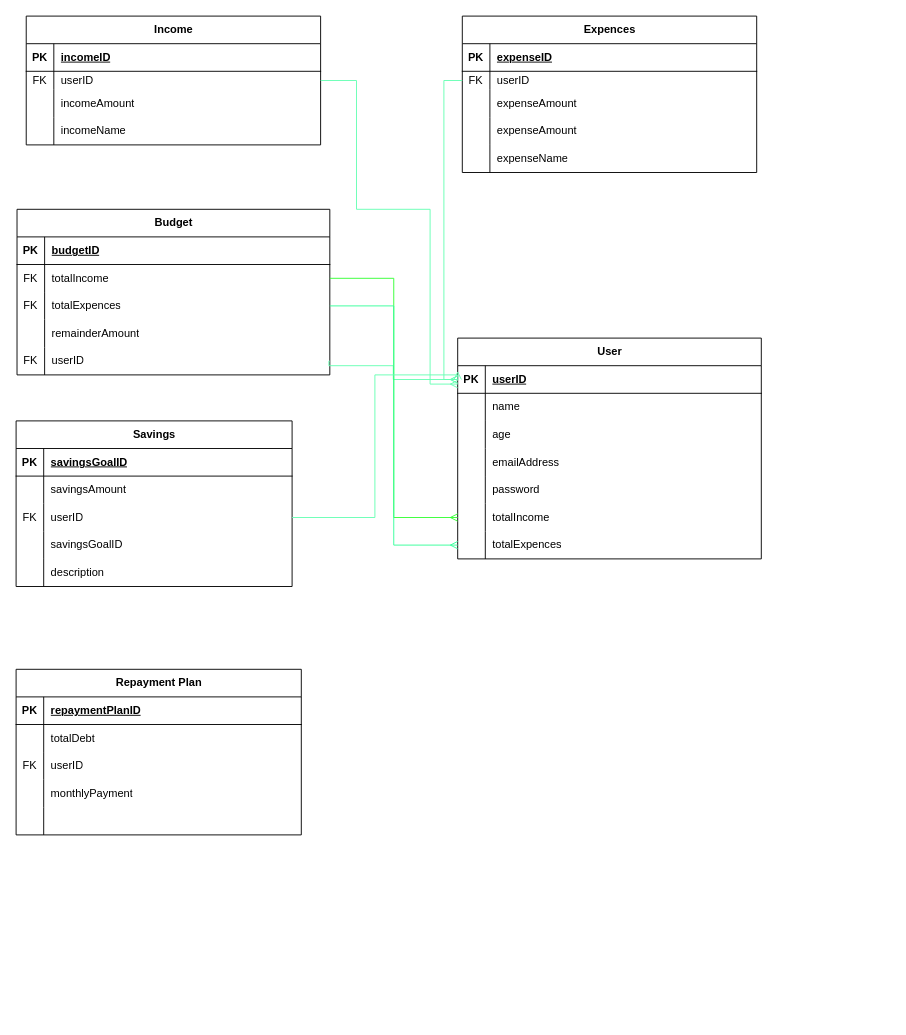
Above: docs/Course Project/phase 2/ER Diagram.drawio in MasterShakespearian/Fall24CourseProject (draw.io), before the change. Source tidied: cells renumbered, new cells numbered last; positions are measured from the earlier drawing's top-left corner, leaving out a move shared by most shapes. Both pictures are drawn from the tidied source at 92%, with x=0, y=0 at pixel (16, 16).
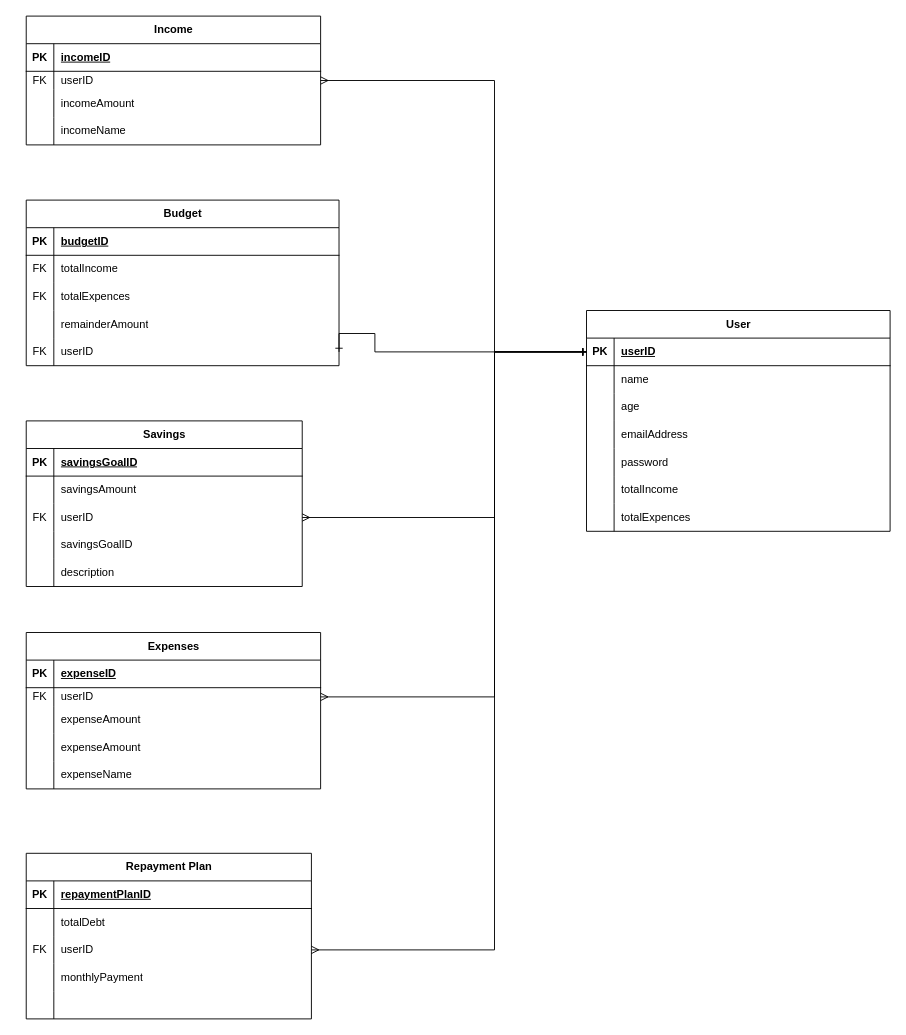
The same diagram, later.

Unchanged cells that the change refers to:
```xml
<mxCell id="6" style="shape=tableRow;horizontal=0;startSize=0;swimlaneHead=0;swimlaneBody=0;fillColor=none;points=[[0,0.5],[1,0.5]];portConstraint=eastwest;top=0;left=0;right=0;bottom=0;" parent="2" vertex="1">
  <mxGeometry y="60" width="320" height="20" as="geometry" />
</mxCell>
<mxCell id="22" style="shape=tableRow;horizontal=0;startSize=0;swimlaneHead=0;swimlaneBody=0;fillColor=none;points=[[0,0.5],[1,0.5]];portConstraint=eastwest;top=0;left=0;right=0;bottom=0;" parent="18" vertex="1">
  <mxGeometry y="60" width="340" height="30" as="geometry" />
</mxCell>
<mxCell id="25" style="shape=tableRow;horizontal=0;startSize=0;swimlaneHead=0;swimlaneBody=0;fillColor=none;points=[[0,0.5],[1,0.5]];portConstraint=eastwest;top=0;left=0;right=0;bottom=0;" parent="18" vertex="1">
  <mxGeometry y="90" width="340" height="30" as="geometry" />
</mxCell>
<mxCell id="31" style="shape=tableRow;horizontal=0;startSize=0;swimlaneHead=0;swimlaneBody=0;fillColor=none;points=[[0,0.5],[1,0.5]];portConstraint=eastwest;top=0;left=0;right=0;bottom=0;" parent="18" vertex="1">
  <mxGeometry y="150" width="340" height="30" as="geometry" />
</mxCell>
<mxCell id="41" style="shape=tableRow;horizontal=0;startSize=0;swimlaneHead=0;swimlaneBody=0;fillColor=none;points=[[0,0.5],[1,0.5]];portConstraint=eastwest;top=0;left=0;right=0;bottom=0;" parent="34" vertex="1">
  <mxGeometry y="90" width="300" height="30" as="geometry" />
</mxCell>
<mxCell id="54" style="shape=tableRow;horizontal=0;startSize=0;swimlaneHead=0;swimlaneBody=0;fillColor=none;points=[[0,0.5],[1,0.5]];portConstraint=eastwest;top=0;left=0;right=0;bottom=0;" parent="50" vertex="1">
  <mxGeometry y="60" width="320" height="20" as="geometry" />
</mxCell>
<mxCell id="70" style="shape=tableRow;horizontal=0;startSize=0;swimlaneHead=0;swimlaneBody=0;fillColor=none;points=[[0,0.5],[1,0.5]];portConstraint=eastwest;top=0;left=0;right=0;bottom=0;" parent="63" vertex="1">
  <mxGeometry y="90" width="310" height="30" as="geometry" />
</mxCell>
<mxCell id="80" style="shape=tableRow;horizontal=0;startSize=0;swimlaneHead=0;swimlaneBody=0;fillColor=none;points=[[0,0.5],[1,0.5]];portConstraint=eastwest;top=0;left=0;right=0;bottom=1;" parent="79" vertex="1">
  <mxGeometry y="30" width="330" height="30" as="geometry" />
</mxCell>
<mxCell id="95" style="shape=tableRow;horizontal=0;startSize=0;swimlaneHead=0;swimlaneBody=0;fillColor=none;points=[[0,0.5],[1,0.5]];portConstraint=eastwest;top=0;left=0;right=0;bottom=0;" parent="79" vertex="1">
  <mxGeometry y="180" width="330" height="30" as="geometry" />
</mxCell>
<mxCell id="98" style="shape=tableRow;horizontal=0;startSize=0;swimlaneHead=0;swimlaneBody=0;fillColor=none;points=[[0,0.5],[1,0.5]];portConstraint=eastwest;top=0;left=0;right=0;bottom=0;" parent="79" vertex="1">
  <mxGeometry y="210" width="330" height="30" as="geometry" />
</mxCell>
```

What changed in the source:
```diff
@@
-    <mxCell id="2" value="Expences" style="shape=table;startSize=30;childLayout=tableLayout;rowLines=0;fontStyle=1;align=center;html=1;" parent="1" vertex="1">
-      <mxGeometry x="485" width="320" height="170" as="geometry" />
+    <mxCell id="2" value="Expenses" style="shape=table;startSize=30;childLayout=tableLayout;rowLines=0;fontStyle=1;align=center;html=1;" parent="1" vertex="1">
+      <mxGeometry x="11" y="670" width="320" height="170" as="geometry" />
     </mxCell>
@@
     <mxCell id="18" value="Budget" style="shape=table;startSize=30;childLayout=tableLayout;rowLines=0;fontStyle=1;align=center;html=1;" parent="1" vertex="1">
-      <mxGeometry x="1" y="210" width="340" height="180" as="geometry" />
+      <mxGeometry x="11" y="200" width="340" height="180" as="geometry" />
     </mxCell>
@@
     <mxCell id="34" value="Savings" style="shape=table;startSize=30;childLayout=tableLayout;rowLines=0;fontStyle=1;align=center;html=1;" parent="1" vertex="1">
-      <mxGeometry y="440" width="300" height="180" as="geometry" />
+      <mxGeometry x="11" y="440" width="300" height="180" as="geometry" />
     </mxCell>
@@
     <mxCell id="63" value="Repayment Plan" style="shape=table;startSize=30;childLayout=tableLayout;rowLines=0;fontStyle=1;align=center;html=1;" parent="1" vertex="1">
-      <mxGeometry y="710" width="310" height="180" as="geometry" />
+      <mxGeometry x="11" y="910" width="310" height="180" as="geometry" />
     </mxCell>
@@
     <mxCell id="79" value="User" style="shape=table;startSize=30;childLayout=tableLayout;rowLines=0;fontStyle=1;align=center;html=1;" parent="1" vertex="1">
-      <mxGeometry x="480" y="350" width="330" height="240" as="geometry" />
+      <mxGeometry x="620" y="320" width="330" height="240" as="geometry" />
     </mxCell>
@@
-    <mxCell id="101" style="edgeStyle=orthogonalEdgeStyle;rounded=0;jettySize=auto;html=1;exitX=1;exitY=0.5;exitDx=0;exitDy=0;entryX=0;entryY=0.5;entryDx=0;entryDy=0;strokeColor=#66FFB3;endArrow=ERmany;endFill=0;" parent="1" edge="1" source="31" target="80">
-      <mxGeometry relative="1" as="geometry">
-        <Array as="points">
-          <mxPoint x="340" y="380" />
-          <mxPoint x="410" y="380" />
-          <mxPoint x="410" y="395" />
-        </Array>
-      </mxGeometry>
-    </mxCell>
-    <mxCell id="102" style="edgeStyle=orthogonalEdgeStyle;rounded=0;jettySize=auto;html=1;exitX=1;exitY=0.5;exitDx=0;exitDy=0;strokeColor=#66FFB3;endArrow=ERmany;endFill=0;" parent="1" edge="1" source="54">
-      <mxGeometry relative="1" as="geometry">
-        <mxPoint x="480" y="400" as="targetPoint" />
-        <Array as="points">
-          <mxPoint x="370" y="70" />
-          <mxPoint x="370" y="210" />
-          <mxPoint x="450" y="210" />
-          <mxPoint x="450" y="400" />
-        </Array>
-      </mxGeometry>
-    </mxCell>
-    <mxCell id="103" style="edgeStyle=orthogonalEdgeStyle;rounded=0;jettySize=auto;html=1;exitX=0;exitY=0.5;exitDx=0;exitDy=0;entryX=0;entryY=0.5;entryDx=0;entryDy=0;strokeColor=#66FFB3;endArrow=ERmany;endFill=0;" parent="1" edge="1" source="6" target="80">
-      <mxGeometry relative="1" as="geometry" />
-    </mxCell>
-    <mxCell id="104" style="edgeStyle=orthogonalEdgeStyle;rounded=0;jettySize=auto;html=1;exitX=1;exitY=0.5;exitDx=0;exitDy=0;strokeColor=#33FF33;endArrow=ERmany;endFill=0;" parent="1" edge="1" source="22" target="95">
-      <mxGeometry relative="1" as="geometry" />
-    </mxCell>
-    <mxCell id="105" style="edgeStyle=orthogonalEdgeStyle;rounded=0;jettySize=auto;html=1;exitX=1;exitY=0.5;exitDx=0;exitDy=0;entryX=0;entryY=0.5;entryDx=0;entryDy=0;strokeColor=#33FF99;endArrow=ERmany;endFill=0;" parent="1" edge="1" source="25" target="98">
-      <mxGeometry relative="1" as="geometry" />
-    </mxCell>
-    <mxCell id="106" style="edgeStyle=orthogonalEdgeStyle;rounded=0;jettySize=auto;html=1;exitX=1;exitY=0.5;exitDx=0;exitDy=0;entryX=0;entryY=0.5;entryDx=0;entryDy=0;strokeColor=#66FFB3;endArrow=ERmany;endFill=0;" parent="1" edge="1" source="41" target="80">
-      <mxGeometry relative="1" as="geometry">
-        <Array as="points">
-          <mxPoint x="390" y="545" />
-          <mxPoint x="390" y="390" />
-          <mxPoint x="480" y="390" />
-        </Array>
-      </mxGeometry>
-    </mxCell>
+    <mxCell id="107" style="edgeStyle=orthogonalEdgeStyle;rounded=0;jettySize=auto;html=1;exitX=0;exitY=0.5;exitDx=0;exitDy=0;entryX=1;entryY=0.5;entryDx=0;entryDy=0;endArrow=ERmany;endFill=0;startArrow=ERone;startFill=0;" parent="1" edge="1" source="80" target="54">
+      <mxGeometry relative="1" as="geometry">
+        <Array as="points">
+          <mxPoint x="520" y="365" />
+          <mxPoint x="520" y="70" />
+        </Array>
+      </mxGeometry>
+    </mxCell>
+    <mxCell id="108" style="edgeStyle=orthogonalEdgeStyle;rounded=0;jettySize=auto;html=1;exitX=0;exitY=0.5;exitDx=0;exitDy=0;endArrow=ERone;endFill=0;startArrow=ERone;startFill=0;entryX=1;entryY=0.5;entryDx=0;entryDy=0;" parent="1" edge="1" source="80" target="31">
+      <mxGeometry relative="1" as="geometry">
+        <Array as="points">
+          <mxPoint x="390" y="365" />
+          <mxPoint x="390" y="345" />
+        </Array>
+      </mxGeometry>
+    </mxCell>
+    <mxCell id="109" style="edgeStyle=orthogonalEdgeStyle;rounded=0;jettySize=auto;html=1;exitX=0;exitY=0.5;exitDx=0;exitDy=0;entryX=1;entryY=0.5;entryDx=0;entryDy=0;endArrow=ERmany;endFill=0;startArrow=ERone;startFill=0;" parent="1" edge="1" source="80" target="41">
+      <mxGeometry relative="1" as="geometry">
+        <Array as="points">
+          <mxPoint x="520" y="365" />
+          <mxPoint x="520" y="545" />
+        </Array>
+      </mxGeometry>
+    </mxCell>
+    <mxCell id="110" style="edgeStyle=orthogonalEdgeStyle;rounded=0;jettySize=auto;html=1;exitX=0;exitY=0.5;exitDx=0;exitDy=0;entryX=1;entryY=0.5;entryDx=0;entryDy=0;endArrow=ERmany;endFill=0;startArrow=ERone;startFill=0;" parent="1" edge="1" source="80" target="6">
+      <mxGeometry relative="1" as="geometry">
+        <Array as="points">
+          <mxPoint x="520" y="365" />
+          <mxPoint x="520" y="740" />
+        </Array>
+      </mxGeometry>
+    </mxCell>
+    <mxCell id="111" style="edgeStyle=orthogonalEdgeStyle;rounded=0;jettySize=auto;html=1;exitX=0;exitY=0.5;exitDx=0;exitDy=0;endArrow=ERmany;endFill=0;startArrow=ERone;startFill=0;entryX=1;entryY=0.5;entryDx=0;entryDy=0;" parent="1" edge="1" source="80" target="70">
+      <mxGeometry relative="1" as="geometry">
+        <Array as="points">
+          <mxPoint x="520" y="365" />
+          <mxPoint x="520" y="1015" />
+        </Array>
+      </mxGeometry>
+    </mxCell>
```
